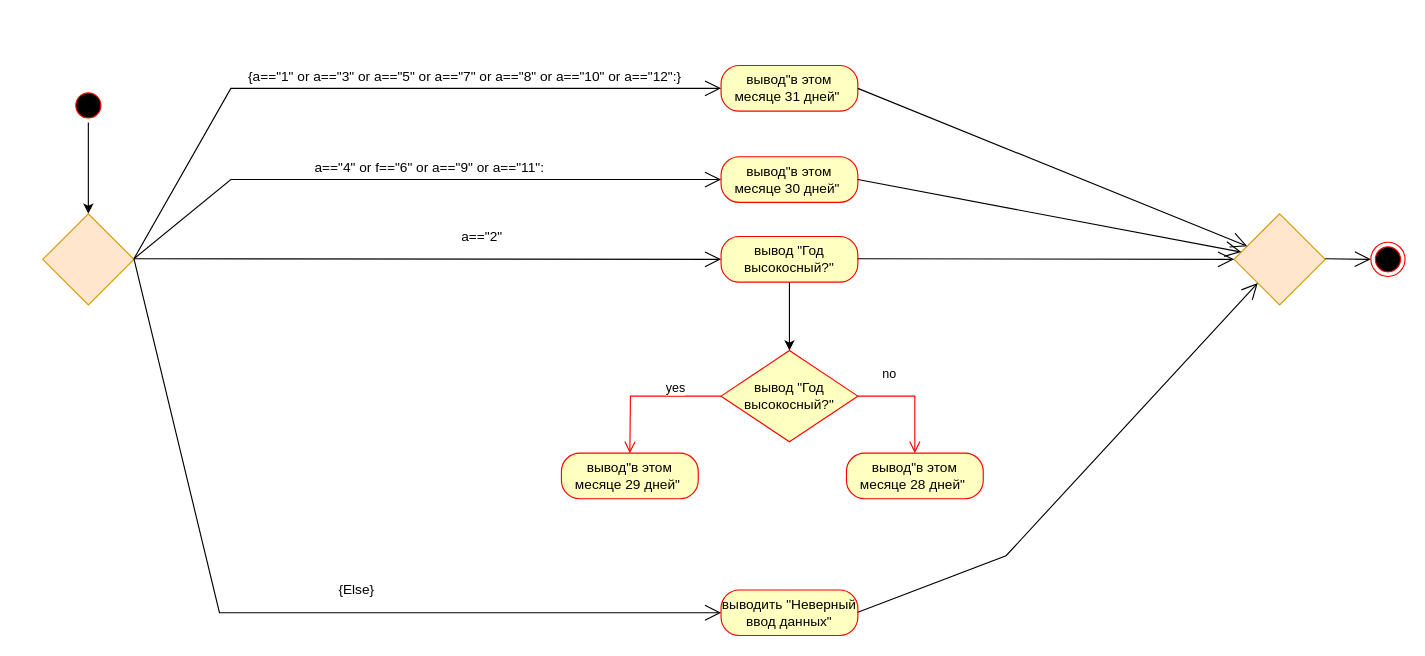
Above: LR1.drawio in ASTYWY/PY_2 (draw.io), before the change. Source tidied: cells renumbered, new cells numbered last; positions are measured from the earlier drawing's top-left corner, leaving out a move shared by most shapes. Both pictures are drawn from the tidied source at 114%, with x=0, y=0 at pixel (42, 65).
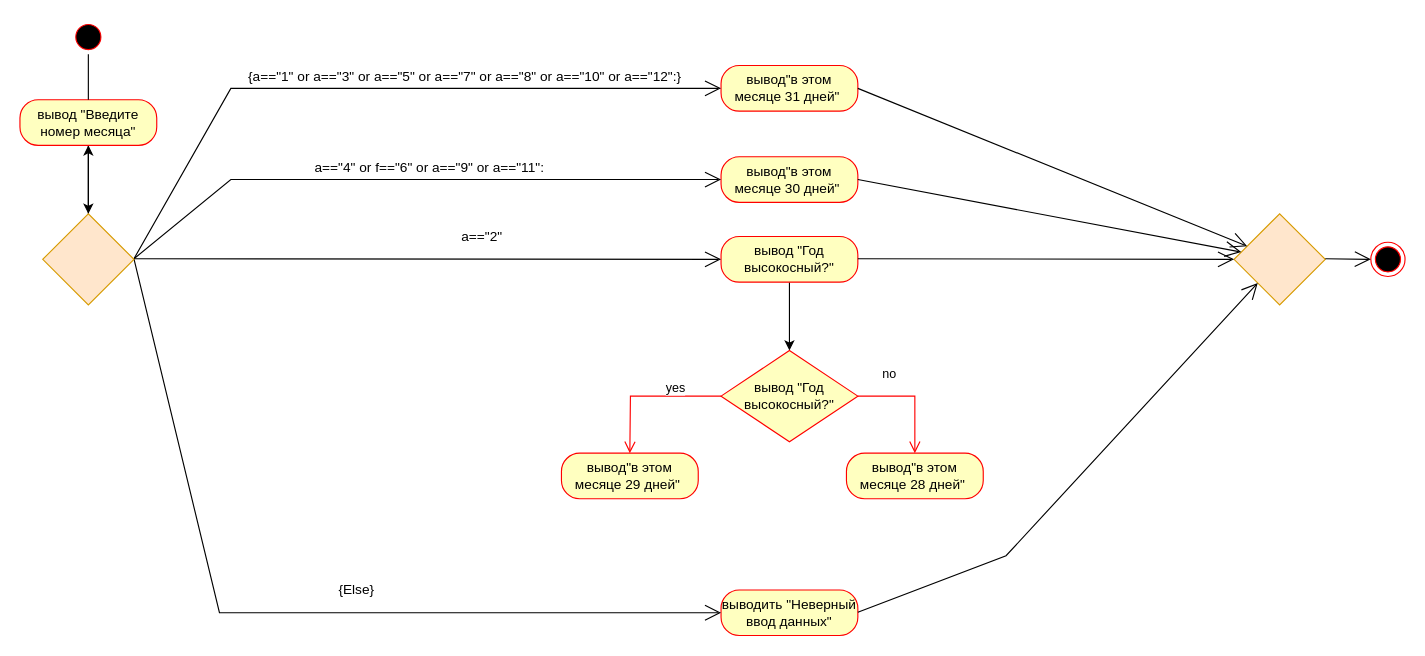
The same diagram, later.

The edit, as a diff of the source:
```diff
@@
-    <mxCell id="2" style="edgeStyle=orthogonalEdgeStyle;rounded=0;jettySize=auto;html=1;" parent="1" edge="1" source="3" target="4">
+    <mxCell id="2" style="edgeStyle=orthogonalEdgeStyle;rounded=0;jettySize=auto;html=1;startArrow=none;" parent="1" edge="1" source="31" target="4">
       <mxGeometry relative="1" as="geometry" />
     </mxCell>
     <mxCell id="3" style="ellipse;html=1;shape=startState;fillColor=#000000;strokeColor=#ff0000;" parent="1" vertex="1">
-      <mxGeometry x="25" y="20" width="30" height="30" as="geometry" />
+      <mxGeometry x="25" y="-40" width="30" height="30" as="geometry" />
     </mxCell>
-    <mxCell id="4" style="rhombus;whiteSpace=wrap;html=1;fillColor=#ffe6cc;strokeColor=#d79b00;direction=south;" parent="1" vertex="1">
-      <mxGeometry y="130" width="80" height="80" as="geometry" />
-    </mxCell>
+    <mxCell id="30" style="edgeStyle=orthogonalEdgeStyle;rounded=0;jettySize=auto;html=1;startArrow=none;" parent="1" edge="1" source="4" target="31">
+      <mxGeometry relative="1" as="geometry" />
+    </mxCell>
@@
+    <mxCell id="31" value="вывод &quot;Введите номер месяца&quot;" style="rounded=1;whiteSpace=wrap;html=1;arcSize=40;fontColor=#000000;fillColor=#ffffc0;strokeColor=#ff0000;" parent="1" vertex="1">
+      <mxGeometry x="-20" y="30" width="120" height="40" as="geometry" />
+    </mxCell>
+    <mxCell id="32" style="edgeStyle=orthogonalEdgeStyle;rounded=0;jettySize=auto;html=1;endArrow=none;" parent="1" edge="1" source="3" target="31">
+      <mxGeometry relative="1" as="geometry" />
+    </mxCell>
+    <mxCell id="4" style="rhombus;whiteSpace=wrap;html=1;fillColor=#ffe6cc;strokeColor=#d79b00;direction=south;" parent="1" vertex="1">
+      <mxGeometry y="130" width="80" height="80" as="geometry" />
+    </mxCell>
```
